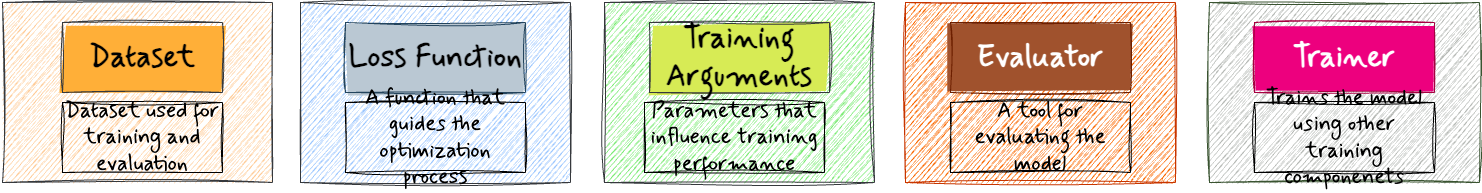
Earlier version of the draw.io export imgs/Sentence Transformer Training.png (SepKeyPro/genAI). Source tidied: cells renumbered, new cells last; positions are measured from the earlier drawing's top-left corner, leaving out a move shared by most shapes. Its diagram source:
```xml
<mxGraphModel>
  <root>
    <mxCell id="0" />
    <mxCell id="1" parent="0" />
    <mxCell id="2" value="&lt;div&gt;&lt;br&gt;&lt;/div&gt;&lt;div&gt;&lt;br&gt;&lt;/div&gt;&lt;div&gt;&lt;br&gt;&lt;/div&gt;&lt;div&gt;&lt;br&gt;&lt;/div&gt;&lt;div&gt;&lt;br&gt;&lt;/div&gt;&lt;div&gt;&lt;br&gt;&lt;/div&gt;&lt;div&gt;&lt;br&gt;&lt;/div&gt;" style="rounded=0;whiteSpace=wrap;html=1;sketch=1;curveFitting=1;jiggle=2;fillColor=#ffcc99;strokeColor=#36393d;fillStyle=hachure;" parent="1" vertex="1">
      <mxGeometry width="270" height="180" as="geometry" />
    </mxCell>
    <mxCell id="3" value="&lt;b style=&quot;font-family: Mynerve;&quot;&gt;&lt;font style=&quot;font-size: 31px;&quot;&gt;Dataset&lt;/font&gt;&lt;/b&gt;" style="rounded=0;whiteSpace=wrap;html=1;strokeColor=#36393d;fillColor=#FFAF38;fillStyle=solid;sketch=1;curveFitting=1;jiggle=2;" parent="1" vertex="1">
      <mxGeometry x="60" y="20" width="160" height="70" as="geometry" />
    </mxCell>
    <mxCell id="4" value="&lt;font style=&quot;font-size: 22px;&quot; face=&quot;Mynerve&quot;&gt;Dataset used for training and evaluation&lt;/font&gt;" style="rounded=0;whiteSpace=wrap;html=1;fillColor=none;sketch=1;curveFitting=1;jiggle=2;fillStyle=solid;" parent="1" vertex="1">
      <mxGeometry x="60" y="100" width="160" height="70" as="geometry" />
    </mxCell>
    <mxCell id="5" value="&lt;div&gt;&lt;br&gt;&lt;/div&gt;&lt;div&gt;&lt;br&gt;&lt;/div&gt;&lt;div&gt;&lt;br&gt;&lt;/div&gt;&lt;div&gt;&lt;br&gt;&lt;/div&gt;&lt;div&gt;&lt;br&gt;&lt;/div&gt;&lt;div&gt;&lt;br&gt;&lt;/div&gt;&lt;div&gt;&lt;br&gt;&lt;/div&gt;" style="rounded=0;whiteSpace=wrap;html=1;sketch=1;curveFitting=1;jiggle=2;fillColor=#9CC7FF;strokeColor=#36393d;fillStyle=hachure;" parent="1" vertex="1">
      <mxGeometry x="298" width="270" height="180" as="geometry" />
    </mxCell>
    <mxCell id="6" value="&lt;b style=&quot;font-family: Mynerve;&quot;&gt;&lt;font style=&quot;font-size: 31px;&quot;&gt;Loss Function&lt;/font&gt;&lt;/b&gt;" style="rounded=0;whiteSpace=wrap;html=1;fillColor=#bac8d3;fillStyle=solid;sketch=1;curveFitting=1;jiggle=2;strokeColor=#23445d;" parent="1" vertex="1">
      <mxGeometry x="343" y="20" width="180" height="70" as="geometry" />
    </mxCell>
    <mxCell id="7" value="&lt;font style=&quot;font-size: 22px;&quot; face=&quot;Mynerve&quot;&gt;A function that guides the optimization process&lt;/font&gt;" style="rounded=0;whiteSpace=wrap;html=1;fillColor=none;sketch=1;curveFitting=1;jiggle=2;fillStyle=solid;" parent="1" vertex="1">
      <mxGeometry x="343" y="100" width="180" height="70" as="geometry" />
    </mxCell>
    <mxCell id="8" value="&lt;div&gt;&lt;br&gt;&lt;/div&gt;&lt;div&gt;&lt;br&gt;&lt;/div&gt;&lt;div&gt;&lt;br&gt;&lt;/div&gt;&lt;div&gt;&lt;br&gt;&lt;/div&gt;&lt;div&gt;&lt;br&gt;&lt;/div&gt;&lt;div&gt;&lt;br&gt;&lt;/div&gt;&lt;div&gt;&lt;br&gt;&lt;/div&gt;" style="rounded=0;whiteSpace=wrap;html=1;sketch=1;curveFitting=1;jiggle=2;fillColor=#7DEB76;strokeColor=#36393d;fillStyle=hachure;" parent="1" vertex="1">
      <mxGeometry x="602" width="270" height="180" as="geometry" />
    </mxCell>
    <mxCell id="9" value="&lt;b style=&quot;font-family: Mynerve;&quot;&gt;&lt;font style=&quot;font-size: 31px;&quot;&gt;Training Arguments&lt;/font&gt;&lt;/b&gt;" style="rounded=0;whiteSpace=wrap;html=1;fillColor=#D7EB55;fillStyle=solid;sketch=1;curveFitting=1;jiggle=2;strokeColor=#36393d;" parent="1" vertex="1">
      <mxGeometry x="647" y="20" width="180" height="70" as="geometry" />
    </mxCell>
    <mxCell id="10" value="&lt;font style=&quot;font-size: 22px;&quot; face=&quot;Mynerve&quot;&gt;Parameters that influence training performance&lt;/font&gt;" style="rounded=0;whiteSpace=wrap;html=1;fillColor=none;sketch=1;curveFitting=1;jiggle=2;fillStyle=solid;" parent="1" vertex="1">
      <mxGeometry x="642" y="100" width="180" height="70" as="geometry" />
    </mxCell>
    <mxCell id="11" value="&lt;div&gt;&lt;br&gt;&lt;/div&gt;&lt;div&gt;&lt;br&gt;&lt;/div&gt;&lt;div&gt;&lt;br&gt;&lt;/div&gt;&lt;div&gt;&lt;br&gt;&lt;/div&gt;&lt;div&gt;&lt;br&gt;&lt;/div&gt;&lt;div&gt;&lt;br&gt;&lt;/div&gt;&lt;div&gt;&lt;br&gt;&lt;/div&gt;" style="rounded=0;whiteSpace=wrap;html=1;sketch=1;curveFitting=1;jiggle=2;fillColor=#fa6800;strokeColor=#C73500;fillStyle=hachure;fontColor=#000000;" parent="1" vertex="1">
      <mxGeometry x="903" width="270" height="180" as="geometry" />
    </mxCell>
    <mxCell id="12" value="&lt;b style=&quot;font-family: Mynerve;&quot;&gt;&lt;font style=&quot;font-size: 31px;&quot;&gt;Evaluator&lt;/font&gt;&lt;/b&gt;" style="rounded=0;whiteSpace=wrap;html=1;fillColor=#a0522d;fillStyle=solid;sketch=1;curveFitting=1;jiggle=2;strokeColor=#6D1F00;fontColor=#ffffff;" parent="1" vertex="1">
      <mxGeometry x="948" y="20" width="180" height="70" as="geometry" />
    </mxCell>
    <mxCell id="13" value="&lt;font style=&quot;font-size: 22px;&quot; face=&quot;Mynerve&quot;&gt;A tool for evaluating the model&lt;/font&gt;" style="rounded=0;whiteSpace=wrap;html=1;fillColor=none;sketch=1;curveFitting=1;jiggle=2;fillStyle=solid;" parent="1" vertex="1">
      <mxGeometry x="948" y="100" width="180" height="70" as="geometry" />
    </mxCell>
    <mxCell id="14" value="&lt;div&gt;&lt;br&gt;&lt;/div&gt;&lt;div&gt;&lt;br&gt;&lt;/div&gt;&lt;div&gt;&lt;br&gt;&lt;/div&gt;&lt;div&gt;&lt;br&gt;&lt;/div&gt;&lt;div&gt;&lt;br&gt;&lt;/div&gt;&lt;div&gt;&lt;br&gt;&lt;/div&gt;&lt;div&gt;&lt;br&gt;&lt;/div&gt;" style="rounded=0;whiteSpace=wrap;html=1;sketch=1;curveFitting=1;jiggle=2;fillColor=#B7BAB6;strokeColor=#3A5431;fillStyle=hachure;fontColor=#ffffff;" parent="1" vertex="1">
      <mxGeometry x="1207" width="270" height="180" as="geometry" />
    </mxCell>
    <mxCell id="15" value="&lt;b style=&quot;font-family: Mynerve;&quot;&gt;&lt;font style=&quot;font-size: 31px;&quot;&gt;Trainer&lt;/font&gt;&lt;/b&gt;" style="rounded=0;whiteSpace=wrap;html=1;fillColor=#ED007E;fillStyle=solid;sketch=1;curveFitting=1;jiggle=2;strokeColor=#A50040;fontColor=#ffffff;" parent="1" vertex="1">
      <mxGeometry x="1252" y="20" width="180" height="70" as="geometry" />
    </mxCell>
    <mxCell id="16" value="&lt;font style=&quot;font-size: 22px;&quot; face=&quot;Mynerve&quot;&gt;Trains the model using other training componenets&lt;/font&gt;" style="rounded=0;whiteSpace=wrap;html=1;fillColor=none;sketch=1;curveFitting=1;jiggle=2;fillStyle=solid;" parent="1" vertex="1">
      <mxGeometry x="1252" y="100" width="180" height="70" as="geometry" />
    </mxCell>
  </root>
</mxGraphModel>
```
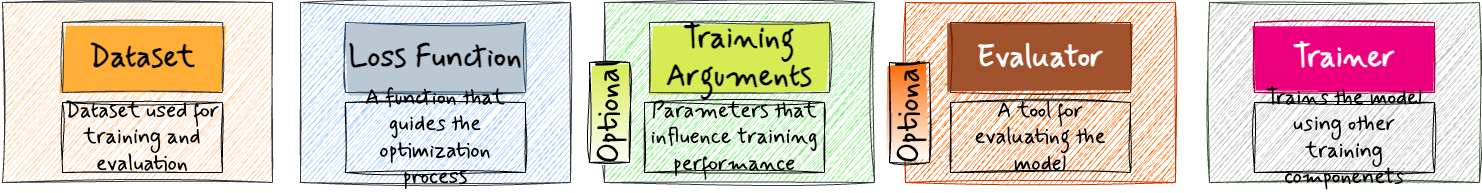
The same file after the commit.

Diff of the diagram source:
```diff
@@ -47,5 +47,11 @@
     <mxCell id="16" value="&lt;font style=&quot;font-size: 22px;&quot; face=&quot;Mynerve&quot;&gt;Trains the model using other training componenets&lt;/font&gt;" style="rounded=0;whiteSpace=wrap;html=1;fillColor=none;sketch=1;curveFitting=1;jiggle=2;fillStyle=solid;" parent="1" vertex="1">
       <mxGeometry x="1252" y="100" width="180" height="70" as="geometry" />
     </mxCell>
+    <mxCell id="17" value="&lt;font style=&quot;font-size: 31px;&quot; face=&quot;Mynerve&quot;&gt;Optional&lt;/font&gt;" style="rounded=0;whiteSpace=wrap;html=1;sketch=1;curveFitting=1;jiggle=2;gradientColor=#D7EB55;gradientDirection=east;rotation=-90;" parent="1" vertex="1">
+      <mxGeometry x="557" y="90" width="100" height="40" as="geometry" />
+    </mxCell>
+    <mxCell id="18" value="&lt;font style=&quot;font-size: 31px;&quot; face=&quot;Mynerve&quot;&gt;Optional&lt;/font&gt;" style="rounded=0;whiteSpace=wrap;html=1;sketch=1;curveFitting=1;jiggle=2;gradientColor=#FA6800;gradientDirection=east;rotation=-90;" parent="1" vertex="1">
+      <mxGeometry x="857" y="90" width="100" height="40" as="geometry" />
+    </mxCell>
   </root>
 </mxGraphModel>
```
